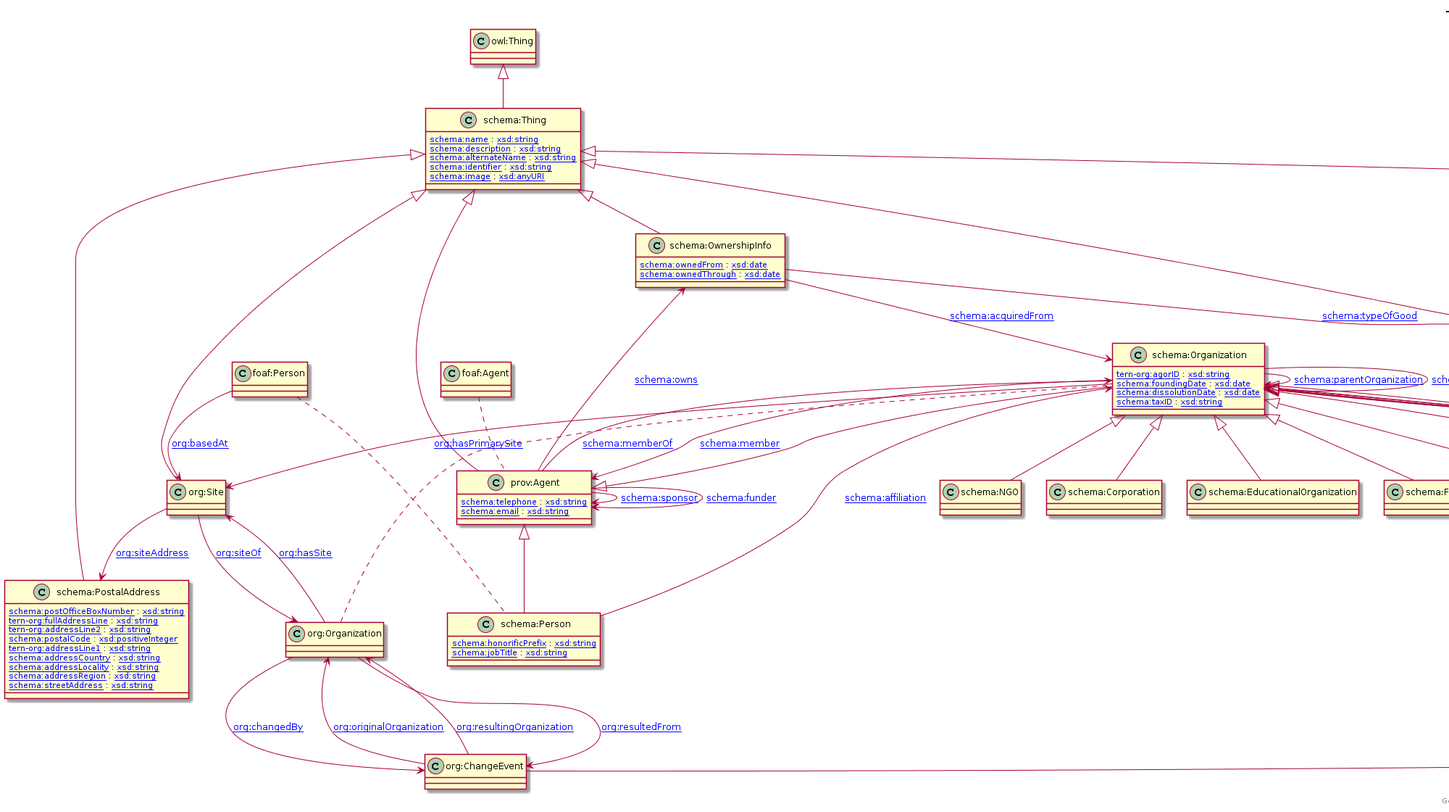
This is docs/tern-org.ttl.txt.png from ternaustralia/ontology_tern-org, a PlantUML export, as it was before one commit.
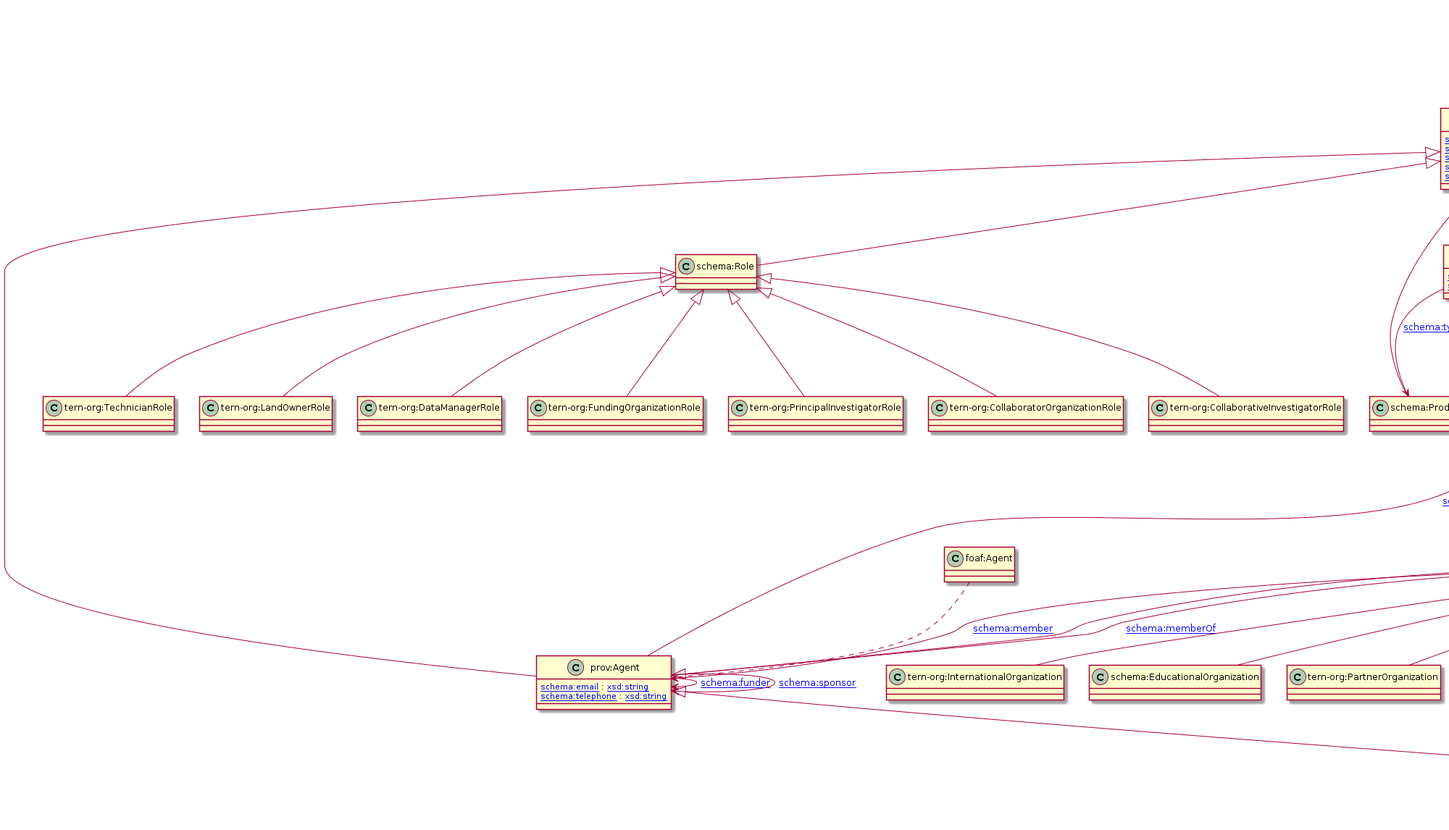
After the commit.

Diff of the diagram source:
```diff
@@ -1,126 +1,150 @@
 @startuml
 title TERN Organisations Ontology
+"schema:Thing" <|-- "schema:PostalAddress"
+"schema:Organization" <|-- "schema:Corporation"
+"schema:Project" <|-- "tern-org:NCRISProject"
+"schema:Organization" <|-- "schema:Consortium"
+"schema:Organization" <|-- "schema:MedicalOrganization"
 "schema:Thing" <|-- "schema:OwnershipInfo"
+"schema:Role" <|-- "tern-org:PrincipalInvestigatorRole"
+"schema:Organization" <|-- "tern-org:PartnerOrganization"
+"schema:Organization" <|-- "schema:GovernmentOrganization"
+"schema:Organization" <|-- "schema:NGO"
+"schema:GovernmentOrganization" <|-- "tern-org:FederalGovernmentOrganization"
+"schema:Role" <|-- "tern-org:LandOwnerRole"
+"prov:Agent" <|-- "schema:Organization"
+"schema:Organization" <|-- "schema:FundingScheme"
+"prov:Agent" <|-- "schema:Person"
 "schema:Thing" <|-- "org:Site"
-"schema:GovernmentOrganization" <|-- "tern-org:RegionalGovernmentOrganization"
-"schema:Organization" <|-- "schema:GovernmentOrganization"
-"prov:Agent" <|-- "schema:Organization"
+"schema:Organization" <|-- "tern-org:InternationalOrganization"
+"schema:Organization" <|-- "schema:Project"
+"schema:Organization" <|-- "schema:EducationalOrganization"
 "schema:Thing" <|-- "schema:Product"
-"schema:GovernmentOrganization" <|-- "tern-org:FederalGovernmentOrganization"
-"schema:Organization" <|-- "schema:NGO"
-"schema:Project" <|-- "tern-org:NCRISProject"
-"schema:Organization" <|-- "schema:Corporation"
-"prov:Agent" <|-- "schema:Person"
-"schema:Organization" <|-- "schema:EducationalOrganization"
-"schema:Organization" <|-- "schema:FundingScheme"
-"schema:Organization" <|-- "tern-org:PartnerOrganization"
-"schema:Organization" <|-- "schema:Project"
-"schema:Thing" <|-- "prov:Agent"
-"schema:Organization" <|-- "schema:FundingAgency"
-"schema:Organization" <|-- "tern-org:Manufacturer"
-"schema:Thing" <|-- "schema:PostalAddress"
-"schema:Organization" <|-- "schema:MedicalOrganization"
-"schema:GovernmentOrganization" <|-- "tern-org:StateGovernmentOrganization"
 "schema:Thing" <|-- "org:ChangeEvent"
 "schema:Organization" <|-- "schema:LocalBusiness"
+"schema:Role" <|-- "tern-org:FundingOrganizationRole"
+"schema:Role" <|-- "tern-org:CollaboratorOrganizationRole"
+"schema:Organization" <|-- "schema:FundingAgency"
+"schema:GovernmentOrganization" <|-- "tern-org:StateGovernmentOrganization"
+"schema:Role" <|-- "tern-org:CollaborativeInvestigatorRole"
+"schema:Thing" <|-- "schema:Role"
 "owl:Thing" <|-- "schema:Thing"
-"schema:Organization" <|-- "tern-org:InternationalOrganization"
-"schema:Organization" <|-- "schema:Consortium"
+"schema:Thing" <|-- "prov:Agent"
+"schema:Role" <|-- "tern-org:TechnicianRole"
+"schema:Role" <|-- "tern-org:DataManagerRole"
+"schema:Organization" <|-- "tern-org:Manufacturer"
+"schema:GovernmentOrganization" <|-- "tern-org:RegionalGovernmentOrganization"
+Class "schema:PostalAddress" [[http://schema.org/PostalAddress]] {
+[[http://schema.org/streetAddress schema:streetAddress]] : [[http://www.w3.org/2001/XMLSchema#string xsd:string]]
+[[https://w3id.org/tern/ontologies/org/addressLine1 tern-org:addressLine1]] : [[http://www.w3.org/2001/XMLSchema#string xsd:string]]
+[[http://schema.org/postOfficeBoxNumber schema:postOfficeBoxNumber]] : [[http://www.w3.org/2001/XMLSchema#string xsd:string]]
+[[https://w3id.org/tern/ontologies/org/addressLine2 tern-org:addressLine2]] : [[http://www.w3.org/2001/XMLSchema#string xsd:string]]
+[[http://schema.org/addressLocality schema:addressLocality]] : [[http://www.w3.org/2001/XMLSchema#string xsd:string]]
+[[http://schema.org/postalCode schema:postalCode]] : [[http://www.w3.org/2001/XMLSchema#positiveInteger xsd:positiveInteger]]
+[[http://schema.org/addressRegion schema:addressRegion]] : [[http://www.w3.org/2001/XMLSchema#string xsd:string]]
+[[http://schema.org/addressCountry schema:addressCountry]] : [[http://www.w3.org/2001/XMLSchema#string xsd:string]]
+[[https://w3id.org/tern/ontologies/org/fullAddressLine tern-org:fullAddressLine]] : [[http://www.w3.org/2001/XMLSchema#string xsd:string]]
+}
+Class "schema:Corporation" [[http://schema.org/Corporation]] {
+}
+Class "tern-org:NCRISProject" [[https://w3id.org/tern/ontologies/org/NCRISProject]] {
+}
+Class "schema:Consortium" [[http://schema.org/Consortium]] {
+}
+Class "schema:MedicalOrganization" [[http://schema.org/MedicalOrganization]] {
+}
 Class "schema:OwnershipInfo" [[http://schema.org/OwnershipInfo]] {
 [[http://schema.org/ownedFrom schema:ownedFrom]] : [[http://www.w3.org/2001/XMLSchema#date xsd:date]]
 [[http://schema.org/ownedThrough schema:ownedThrough]] : [[http://www.w3.org/2001/XMLSchema#date xsd:date]]
 }
-Class "org:Site" [[http://www.w3.org/ns/org#Site]] {
+Class "tern-org:PrincipalInvestigatorRole" [[https://w3id.org/tern/ontologies/org/PrincipalInvestigatorRole]] {
 }
-Class "tern-org:RegionalGovernmentOrganization" [[https://w3id.org/tern/ontologies/org/RegionalGovernmentOrganization]] {
+Class "tern-org:PartnerOrganization" [[https://w3id.org/tern/ontologies/org/PartnerOrganization]] {
 }
 Class "schema:GovernmentOrganization" [[http://schema.org/GovernmentOrganization]] {
 }
-Class "schema:Organization" [[http://schema.org/Organization]] {
-[[https://w3id.org/tern/ontologies/org/agorID tern-org:agorID]] : [[http://www.w3.org/2001/XMLSchema#string xsd:string]]
-[[http://schema.org/foundingDate schema:foundingDate]] : [[http://www.w3.org/2001/XMLSchema#date xsd:date]]
-[[http://schema.org/dissolutionDate schema:dissolutionDate]] : [[http://www.w3.org/2001/XMLSchema#date xsd:date]]
-[[http://schema.org/taxID schema:taxID]] : [[http://www.w3.org/2001/XMLSchema#string xsd:string]]
-}
-Class "schema:Product" [[http://schema.org/Product]] {
+Class "schema:NGO" [[http://schema.org/NGO]] {
 }
 Class "tern-org:FederalGovernmentOrganization" [[https://w3id.org/tern/ontologies/org/FederalGovernmentOrganization]] {
 }
-Class "schema:NGO" [[http://schema.org/NGO]] {
+Class "tern-org:LandOwnerRole" [[https://w3id.org/tern/ontologies/org/LandOwnerRole]] {
 }
-Class "tern-org:NCRISProject" [[https://w3id.org/tern/ontologies/org/NCRISProject]] {
+Class "schema:Organization" [[http://schema.org/Organization]] {
+[[http://schema.org/foundingDate schema:foundingDate]] : [[http://www.w3.org/2001/XMLSchema#date xsd:date]]
+[[http://schema.org/dissolutionDate schema:dissolutionDate]] : [[http://www.w3.org/2001/XMLSchema#date xsd:date]]
+[[https://w3id.org/tern/ontologies/org/agorID tern-org:agorID]] : [[http://www.w3.org/2001/XMLSchema#string xsd:string]]
+[[http://schema.org/taxID schema:taxID]] : [[http://www.w3.org/2001/XMLSchema#string xsd:string]]
 }
-Class "schema:Corporation" [[http://schema.org/Corporation]] {
+Class "schema:FundingScheme" [[http://schema.org/FundingScheme]] {
 }
 Class "schema:Person" [[http://schema.org/Person]] {
 [[http://schema.org/honorificPrefix schema:honorificPrefix]] : [[http://www.w3.org/2001/XMLSchema#string xsd:string]]
 [[http://schema.org/jobTitle schema:jobTitle]] : [[http://www.w3.org/2001/XMLSchema#string xsd:string]]
 }
-Class "schema:EducationalOrganization" [[http://schema.org/EducationalOrganization]] {
+Class "org:Site" [[http://www.w3.org/ns/org#Site]] {
 }
-Class "schema:FundingScheme" [[http://schema.org/FundingScheme]] {
-}
-Class "tern-org:PartnerOrganization" [[https://w3id.org/tern/ontologies/org/PartnerOrganization]] {
+Class "tern-org:InternationalOrganization" [[https://w3id.org/tern/ontologies/org/InternationalOrganization]] {
 }
 Class "schema:Project" [[http://schema.org/Project]] {
 }
-Class "prov:Agent" [[http://www.w3.org/ns/prov#Agent]] {
-[[http://schema.org/telephone schema:telephone]] : [[http://www.w3.org/2001/XMLSchema#string xsd:string]]
-[[http://schema.org/email schema:email]] : [[http://www.w3.org/2001/XMLSchema#string xsd:string]]
+Class "schema:EducationalOrganization" [[http://schema.org/EducationalOrganization]] {
 }
-Class "schema:FundingAgency" [[http://schema.org/FundingAgency]] {
-}
-Class "tern-org:Manufacturer" [[https://w3id.org/tern/ontologies/org/Manufacturer]] {
-}
-Class "schema:PostalAddress" [[http://schema.org/PostalAddress]] {
-[[http://schema.org/postOfficeBoxNumber schema:postOfficeBoxNumber]] : [[http://www.w3.org/2001/XMLSchema#string xsd:string]]
-[[https://w3id.org/tern/ontologies/org/fullAddressLine tern-org:fullAddressLine]] : [[http://www.w3.org/2001/XMLSchema#string xsd:string]]
-[[https://w3id.org/tern/ontologies/org/addressLine2 tern-org:addressLine2]] : [[http://www.w3.org/2001/XMLSchema#string xsd:string]]
-[[http://schema.org/postalCode schema:postalCode]] : [[http://www.w3.org/2001/XMLSchema#positiveInteger xsd:positiveInteger]]
-[[https://w3id.org/tern/ontologies/org/addressLine1 tern-org:addressLine1]] : [[http://www.w3.org/2001/XMLSchema#string xsd:string]]
-[[http://schema.org/addressCountry schema:addressCountry]] : [[http://www.w3.org/2001/XMLSchema#string xsd:string]]
-[[http://schema.org/addressLocality schema:addressLocality]] : [[http://www.w3.org/2001/XMLSchema#string xsd:string]]
-[[http://schema.org/addressRegion schema:addressRegion]] : [[http://www.w3.org/2001/XMLSchema#string xsd:string]]
-[[http://schema.org/streetAddress schema:streetAddress]] : [[http://www.w3.org/2001/XMLSchema#string xsd:string]]
-}
-Class "schema:MedicalOrganization" [[http://schema.org/MedicalOrganization]] {
-}
-Class "tern-org:StateGovernmentOrganization" [[https://w3id.org/tern/ontologies/org/StateGovernmentOrganization]] {
+Class "schema:Product" [[http://schema.org/Product]] {
 }
 Class "org:ChangeEvent" [[http://www.w3.org/ns/org#ChangeEvent]] {
 }
 Class "schema:LocalBusiness" [[http://schema.org/LocalBusiness]] {
 }
+Class "tern-org:FundingOrganizationRole" [[https://w3id.org/tern/ontologies/org/FundingOrganizationRole]] {
+}
+Class "tern-org:CollaboratorOrganizationRole" [[https://w3id.org/tern/ontologies/org/CollaboratorOrganizationRole]] {
+}
+Class "schema:FundingAgency" [[http://schema.org/FundingAgency]] {
+}
+Class "tern-org:StateGovernmentOrganization" [[https://w3id.org/tern/ontologies/org/StateGovernmentOrganization]] {
+}
+Class "tern-org:CollaborativeInvestigatorRole" [[https://w3id.org/tern/ontologies/org/CollaborativeInvestigatorRole]] {
+}
+Class "schema:Role" [[http://schema.org/Role]] {
+}
 Class "schema:Thing" [[http://schema.org/Thing]] {
+[[http://schema.org/description schema:description]] : [[http://www.w3.org/2001/XMLSchema#string xsd:string]]
+[[http://schema.org/image schema:image]] : [[http://www.w3.org/2001/XMLSchema#anyURI xsd:anyURI]]
+[[http://schema.org/alternateName schema:alternateName]] : [[http://www.w3.org/2001/XMLSchema#string xsd:string]]
 [[http://schema.org/name schema:name]] : [[http://www.w3.org/2001/XMLSchema#string xsd:string]]
-[[http://schema.org/description schema:description]] : [[http://www.w3.org/2001/XMLSchema#string xsd:string]]
-[[http://schema.org/alternateName schema:alternateName]] : [[http://www.w3.org/2001/XMLSchema#string xsd:string]]
 [[http://schema.org/identifier schema:identifier]] : [[http://www.w3.org/2001/XMLSchema#string xsd:string]]
-[[http://schema.org/image schema:image]] : [[http://www.w3.org/2001/XMLSchema#anyURI xsd:anyURI]]
 }
-Class "tern-org:InternationalOrganization" [[https://w3id.org/tern/ontologies/org/InternationalOrganization]] {
+Class "prov:Agent" [[http://www.w3.org/ns/prov#Agent]] {
+[[http://schema.org/email schema:email]] : [[http://www.w3.org/2001/XMLSchema#string xsd:string]]
+[[http://schema.org/telephone schema:telephone]] : [[http://www.w3.org/2001/XMLSchema#string xsd:string]]
 }
-Class "schema:Consortium" [[http://schema.org/Consortium]] {
+Class "tern-org:TechnicianRole" [[https://w3id.org/tern/ontologies/org/TechnicianRole]] {
+}
+Class "tern-org:DataManagerRole" [[https://w3id.org/tern/ontologies/org/DataManagerRole]] {
+}
+Class "tern-org:Manufacturer" [[https://w3id.org/tern/ontologies/org/Manufacturer]] {
+}
+Class "tern-org:RegionalGovernmentOrganization" [[https://w3id.org/tern/ontologies/org/RegionalGovernmentOrganization]] {
 }
 "schema:Person" --> "schema:Organization" : "[[http://schema.org/affiliation schema:affiliation]]"
+"prov:Agent" --> "prov:Agent" : "[[http://schema.org/funder schema:funder]]"
+"schema:OwnershipInfo" --> "schema:Product" : "[[http://schema.org/typeOfGood schema:typeOfGood]]"
+"foaf:Person" --> "org:Site" : "[[http://www.w3.org/ns/org#basedAt org:basedAt]]"
+"prov:Agent" --> "schema:OwnershipInfo" : "[[http://schema.org/owns schema:owns]]"
+"org:Organization" --> "org:Site" : "[[http://www.w3.org/ns/org#hasSite org:hasSite]]"
+"org:Site" --> "schema:PostalAddress" : "[[http://www.w3.org/ns/org#siteAddress org:siteAddress]]"
+"org:ChangeEvent" --> "org:Organization" : "[[http://www.w3.org/ns/org#originalOrganization org:originalOrganization]]"
+"org:Organization" --> "org:ChangeEvent" : "[[http://www.w3.org/ns/org#changedBy org:changedBy]]"
+"org:Site" --> "org:Organization" : "[[http://www.w3.org/ns/org#siteOf org:siteOf]]"
 "org:Organization" --> "org:ChangeEvent" : "[[http://www.w3.org/ns/org#resultedFrom org:resultedFrom]]"
-"schema:OwnershipInfo" --> "schema:Product" : "[[http://schema.org/typeOfGood schema:typeOfGood]]"
-"org:Organization" --> "org:Site" : "[[http://www.w3.org/ns/org#hasSite org:hasSite]]"
-"org:Site" --> "org:Organization" : "[[http://www.w3.org/ns/org#siteOf org:siteOf]]"
-"org:Organization" --> "org:ChangeEvent" : "[[http://www.w3.org/ns/org#changedBy org:changedBy]]"
-"org:Site" --> "schema:PostalAddress" : "[[http://www.w3.org/ns/org#siteAddress org:siteAddress]]"
-"foaf:Person" --> "org:Site" : "[[http://www.w3.org/ns/org#basedAt org:basedAt]]"
+"schema:Organization" --> "schema:Organization" : "[[http://schema.org/parentOrganization schema:parentOrganization]]"
 "prov:Agent" --> "schema:Organization" : "[[http://schema.org/memberOf schema:memberOf]]"
+"prov:Agent" --> "prov:Agent" : "[[http://schema.org/sponsor schema:sponsor]]"
+"org:Organization" --> "org:Site" : "[[http://www.w3.org/ns/org#hasPrimarySite org:hasPrimarySite]]"
+"schema:OwnershipInfo" --> "schema:Organization" : "[[http://schema.org/acquiredFrom schema:acquiredFrom]]"
+"schema:Organization" --> "schema:Organization" : "[[http://schema.org/subOrganization schema:subOrganization]]"
+"org:ChangeEvent" --> "org:Organization" : "[[http://www.w3.org/ns/org#resultingOrganization org:resultingOrganization]]"
 "schema:Organization" --> "prov:Agent" : "[[http://schema.org/member schema:member]]"
-"prov:Agent" --> "prov:Agent" : "[[http://schema.org/sponsor schema:sponsor]]"
-"schema:Organization" --> "org:Site" : "[[http://www.w3.org/ns/org#hasPrimarySite org:hasPrimarySite]]"
-"schema:Organization" --> "schema:Organization" : "[[http://schema.org/parentOrganization schema:parentOrganization]]"
-"schema:OwnershipInfo" --> "schema:Organization" : "[[http://schema.org/acquiredFrom schema:acquiredFrom]]"
-"org:ChangeEvent" --> "org:Organization" : "[[http://www.w3.org/ns/org#originalOrganization org:originalOrganization]]"
-"prov:Agent" --> "schema:OwnershipInfo" : "[[http://schema.org/owns schema:owns]]"
-"prov:Agent" --> "prov:Agent" : "[[http://schema.org/funder schema:funder]]"
-"org:ChangeEvent" --> "org:Organization" : "[[http://www.w3.org/ns/org#resultingOrganization org:resultingOrganization]]"
-"schema:Organization" --> "schema:Organization" : "[[http://schema.org/subOrganization schema:subOrganization]]"
 "org:Organization" .. "schema:Organization"
 "foaf:Person" .. "schema:Person"
 "foaf:Agent" .. "prov:Agent"
```
